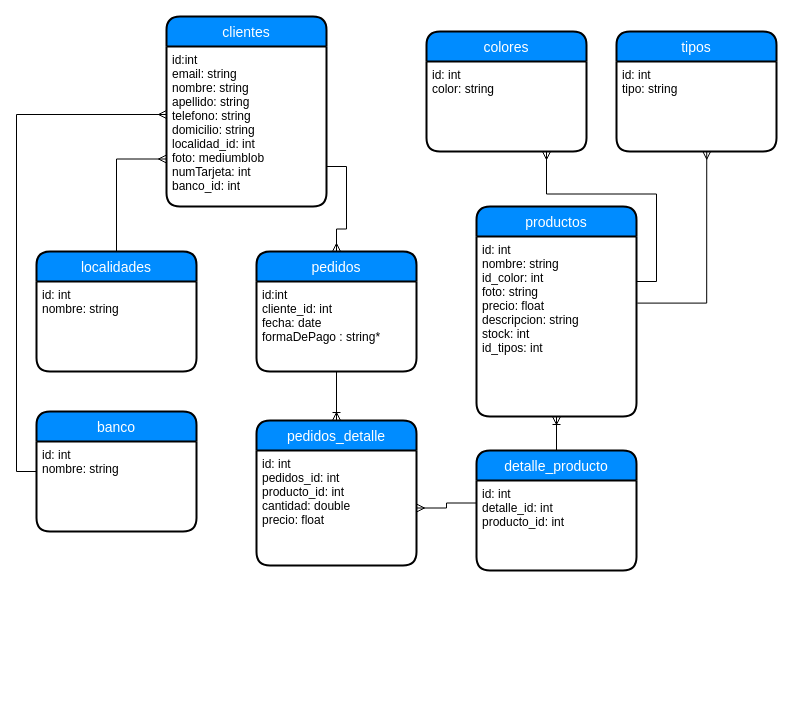
Above: UML_DER/DERDarkDeco.drawio in PaulinaMabres/DarkDeco (draw.io), before the change. Source tidied: cells renumbered, new cells numbered last; positions are measured from the earlier drawing's top-left corner, leaving out a move shared by most shapes. Both pictures are drawn from the tidied source at 100%, with x=0, y=0 at pixel (36, 16).
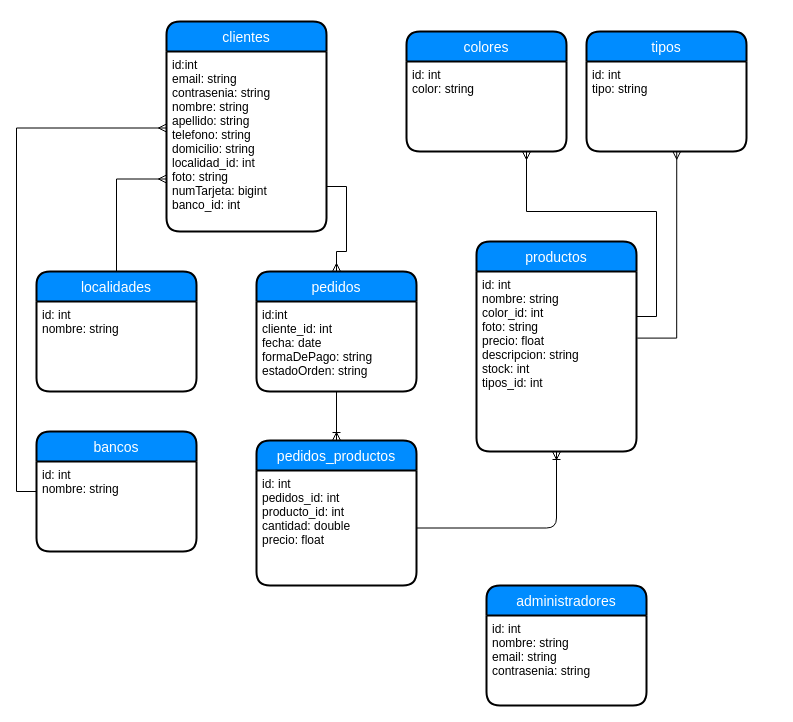
Above is the later version.

Commit message (it also covers changes not shown here):
UML-DER

The change refers to these unchanged cells:
```xml
<mxCell id="14" value="id: int&#10;pedidos_id: int&#10;producto_id: int&#10;cantidad: double&#10;precio: float&#10;" style="align=left;strokeColor=none;fillColor=none;spacingLeft=4;fontSize=12;verticalAlign=top;" parent="13" vertex="1">
  <mxGeometry y="30" width="160" height="115" as="geometry" />
</mxCell>
```

Change to the diagram source:
```diff
@@
-    <mxCell id="2" value="clientes" style="swimlane;horizontal=1;startSize=30;fillColor=#008cff;fontColor=#FFFFFF;rounded=1;fontSize=14;fontStyle=0;strokeWidth=2;shadow=0;dashed=0;align=center;" parent="1" vertex="1">
-      <mxGeometry x="130" width="160" height="190" as="geometry" />
-    </mxCell>
-    <mxCell id="3" value="id:int&#10;email: string&#10;nombre: string&#10;apellido: string&#10;telefono: string&#10;domicilio: string&#10;localidad_id: int&#10;foto: mediumblob&#10;numTarjeta: int&#10;banco_id: int&#10;&#10;" style="align=left;strokeColor=none;fillColor=none;spacingLeft=4;fontSize=12;verticalAlign=top;" parent="2" vertex="1">
-      <mxGeometry y="30" width="160" height="160" as="geometry" />
-    </mxCell>
-    <mxCell id="4" style="fontSize=12;html=1;endArrow=ERoneToMany;entryX=0.5;entryY=1;entryDx=0;entryDy=0;edgeStyle=orthogonalEdgeStyle;exitX=0.5;exitY=0;exitDx=0;exitDy=0;" parent="1" edge="1" source="16" target="19">
+    <mxCell id="4" style="fontSize=12;html=1;endArrow=ERoneToMany;entryX=0.5;entryY=1;entryDx=0;entryDy=0;edgeStyle=orthogonalEdgeStyle;" parent="1" edge="1" source="14" target="19">
       <mxGeometry relative="1" as="geometry" />
     </mxCell>
@@
     <mxCell id="6" value="localidades" style="swimlane;horizontal=1;startSize=30;fillColor=#008cff;fontColor=#FFFFFF;rounded=1;fontSize=14;fontStyle=0;strokeWidth=2;shadow=0;dashed=0;align=center;" parent="1" vertex="1">
-      <mxGeometry y="235" width="160" height="120" as="geometry" />
+      <mxGeometry y="255" width="160" height="120" as="geometry" />
     </mxCell>
@@
-    <mxCell id="9" value="banco" style="swimlane;horizontal=1;startSize=30;fillColor=#008cff;fontColor=#FFFFFF;rounded=1;fontSize=14;fontStyle=0;strokeWidth=2;shadow=0;dashed=0;align=center;" parent="1" vertex="1">
-      <mxGeometry y="395" width="160" height="120" as="geometry" />
+    <mxCell id="9" value="bancos" style="swimlane;horizontal=1;startSize=30;fillColor=#008cff;fontColor=#FFFFFF;rounded=1;fontSize=14;fontStyle=0;strokeWidth=2;shadow=0;dashed=0;align=center;" parent="1" vertex="1">
+      <mxGeometry y="415" width="160" height="120" as="geometry" />
     </mxCell>
@@
     <mxCell id="11" value="pedidos" style="swimlane;horizontal=1;startSize=30;fillColor=#008cff;fontColor=#FFFFFF;rounded=1;fontSize=14;fontStyle=0;strokeWidth=2;shadow=0;dashed=0;align=center;" parent="1" vertex="1">
-      <mxGeometry x="220" y="235" width="160" height="120" as="geometry" />
+      <mxGeometry x="220" y="255" width="160" height="120" as="geometry" />
     </mxCell>
-    <mxCell id="12" value="id:int&#10;cliente_id: int&#10;fecha: date&#10;formaDePago : string*&#10;" style="align=left;strokeColor=none;fillColor=none;spacingLeft=4;fontSize=12;verticalAlign=top;" parent="11" vertex="1">
+    <mxCell id="12" value="id:int&#10;cliente_id: int&#10;fecha: date&#10;formaDePago: string&#10;estadoOrden: string&#10;" style="align=left;strokeColor=none;fillColor=none;spacingLeft=4;fontSize=12;verticalAlign=top;" parent="11" vertex="1">
       <mxGeometry y="30" width="160" height="90" as="geometry" />
     </mxCell>
-    <mxCell id="13" value="pedidos_detalle" style="swimlane;horizontal=1;startSize=30;fillColor=#008cff;fontColor=#FFFFFF;rounded=1;fontSize=14;fontStyle=0;strokeWidth=2;shadow=0;dashed=0;align=center;" parent="1" vertex="1">
-      <mxGeometry x="220" y="404" width="160" height="145" as="geometry" />
+    <mxCell id="13" value="pedidos_productos" style="swimlane;horizontal=1;startSize=30;fillColor=#008cff;fontColor=#FFFFFF;rounded=1;fontSize=14;fontStyle=0;strokeWidth=2;shadow=0;dashed=0;align=center;" parent="1" vertex="1">
+      <mxGeometry x="220" y="424" width="160" height="145" as="geometry" />
     </mxCell>
@@
-    <mxCell id="16" value="detalle_producto" style="swimlane;horizontal=1;startSize=30;fillColor=#008cff;fontColor=#FFFFFF;rounded=1;fontSize=14;fontStyle=0;strokeWidth=2;shadow=0;dashed=0;align=center;" parent="1" vertex="1">
-      <mxGeometry x="440" y="434" width="160" height="120" as="geometry" />
-    </mxCell>
-    <mxCell id="17" value="id: int&#10;detalle_id: int&#10;producto_id: int&#10;" style="align=left;strokeColor=none;fillColor=none;spacingLeft=4;fontSize=12;verticalAlign=top;" parent="16" vertex="1">
-      <mxGeometry y="30" width="160" height="90" as="geometry" />
-    </mxCell>
     <mxCell id="18" value="productos" style="swimlane;horizontal=1;startSize=30;fillColor=#008cff;fontColor=#FFFFFF;rounded=1;fontSize=14;fontStyle=0;strokeWidth=2;shadow=0;dashed=0;align=center;" parent="1" vertex="1">
-      <mxGeometry x="440" y="190" width="160" height="210" as="geometry" />
+      <mxGeometry x="440" y="225" width="160" height="210" as="geometry" />
     </mxCell>
-    <mxCell id="19" value="id: int&#10;nombre: string&#10;id_color: int&#10;foto: string&#10;precio: float&#10;descripcion: string&#10;stock: int&#10;id_tipos: int&#10;" style="align=left;strokeColor=none;fillColor=none;spacingLeft=4;fontSize=12;verticalAlign=top;" parent="18" vertex="1">
+    <mxCell id="19" value="id: int&#10;nombre: string&#10;color_id: int&#10;foto: string&#10;precio: float&#10;descripcion: string&#10;stock: int&#10;tipos_id: int&#10;" style="align=left;strokeColor=none;fillColor=none;spacingLeft=4;fontSize=12;verticalAlign=top;" parent="18" vertex="1">
       <mxGeometry y="30" width="160" height="180" as="geometry" />
     </mxCell>
@@
-    <mxCell id="22" style="edgeStyle=orthogonalEdgeStyle;rounded=0;jettySize=auto;html=1;exitX=0;exitY=0.25;exitDx=0;exitDy=0;endArrow=ERmany;endFill=0;" parent="1" edge="1" source="17" target="14">
-      <mxGeometry relative="1" as="geometry" />
-    </mxCell>
     <mxCell id="23" value="colores" style="swimlane;horizontal=1;startSize=30;fillColor=#008cff;fontColor=#FFFFFF;rounded=1;fontSize=14;fontStyle=0;strokeWidth=2;shadow=0;dashed=0;align=center;" parent="1" vertex="1">
-      <mxGeometry x="390" y="15" width="160" height="120" as="geometry" />
+      <mxGeometry x="370" y="15" width="160" height="120" as="geometry" />
     </mxCell>
@@
     <mxCell id="25" value="tipos" style="swimlane;horizontal=1;startSize=30;fillColor=#008cff;fontColor=#FFFFFF;rounded=1;fontSize=14;fontStyle=0;strokeWidth=2;shadow=0;dashed=0;align=center;" parent="1" vertex="1">
-      <mxGeometry x="580" y="15" width="160" height="120" as="geometry" />
+      <mxGeometry x="550" y="15" width="160" height="120" as="geometry" />
     </mxCell>
@@
+    <mxCell id="2" value="clientes" style="swimlane;horizontal=1;startSize=30;fillColor=#008cff;fontColor=#FFFFFF;rounded=1;fontSize=14;fontStyle=0;strokeWidth=2;shadow=0;dashed=0;align=center;" parent="1" vertex="1">
+      <mxGeometry x="130" y="5" width="160" height="210" as="geometry" />
+    </mxCell>
+    <mxCell id="3" value="id:int&#10;email: string&#10;contrasenia: string&#10;nombre: string&#10;apellido: string&#10;telefono: string&#10;domicilio: string&#10;localidad_id: int&#10;foto: string&#10;numTarjeta: bigint&#10;banco_id: int&#10;&#10;" style="align=left;strokeColor=none;fillColor=none;spacingLeft=4;fontSize=12;verticalAlign=top;" parent="2" vertex="1">
+      <mxGeometry y="30" width="160" height="180" as="geometry" />
+    </mxCell>
+    <mxCell id="28" value="administradores" style="swimlane;horizontal=1;startSize=30;fillColor=#008cff;fontColor=#FFFFFF;rounded=1;fontSize=14;fontStyle=0;strokeWidth=2;shadow=0;dashed=0;align=center;" parent="1" vertex="1">
+      <mxGeometry x="450" y="569" width="160" height="120" as="geometry" />
+    </mxCell>
+    <mxCell id="29" value="id: int&#10;nombre: string&#10;email: string&#10;contrasenia: string&#10;" style="align=left;strokeColor=none;fillColor=none;spacingLeft=4;fontSize=12;verticalAlign=top;" parent="28" vertex="1">
+      <mxGeometry y="30" width="160" height="90" as="geometry" />
+    </mxCell>
```
